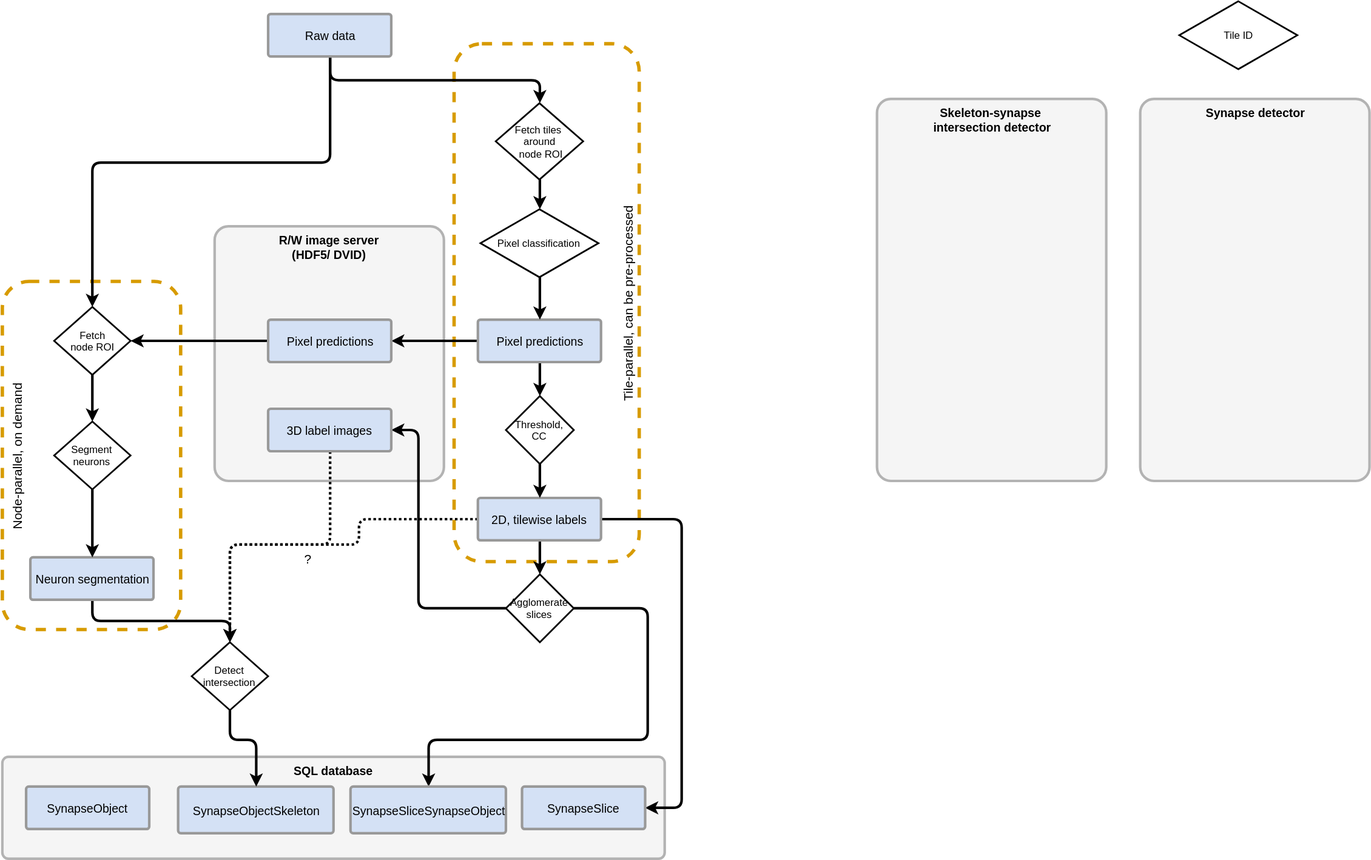
k-dominik/skeleton_synapses keeps this draw.io diagram as architecture/architecture_v2.svg. Above is the earlier version. Source tidied: cells renumbered, new cells last; positions are measured from the earlier drawing's top-left corner, leaving out a move shared by most shapes.
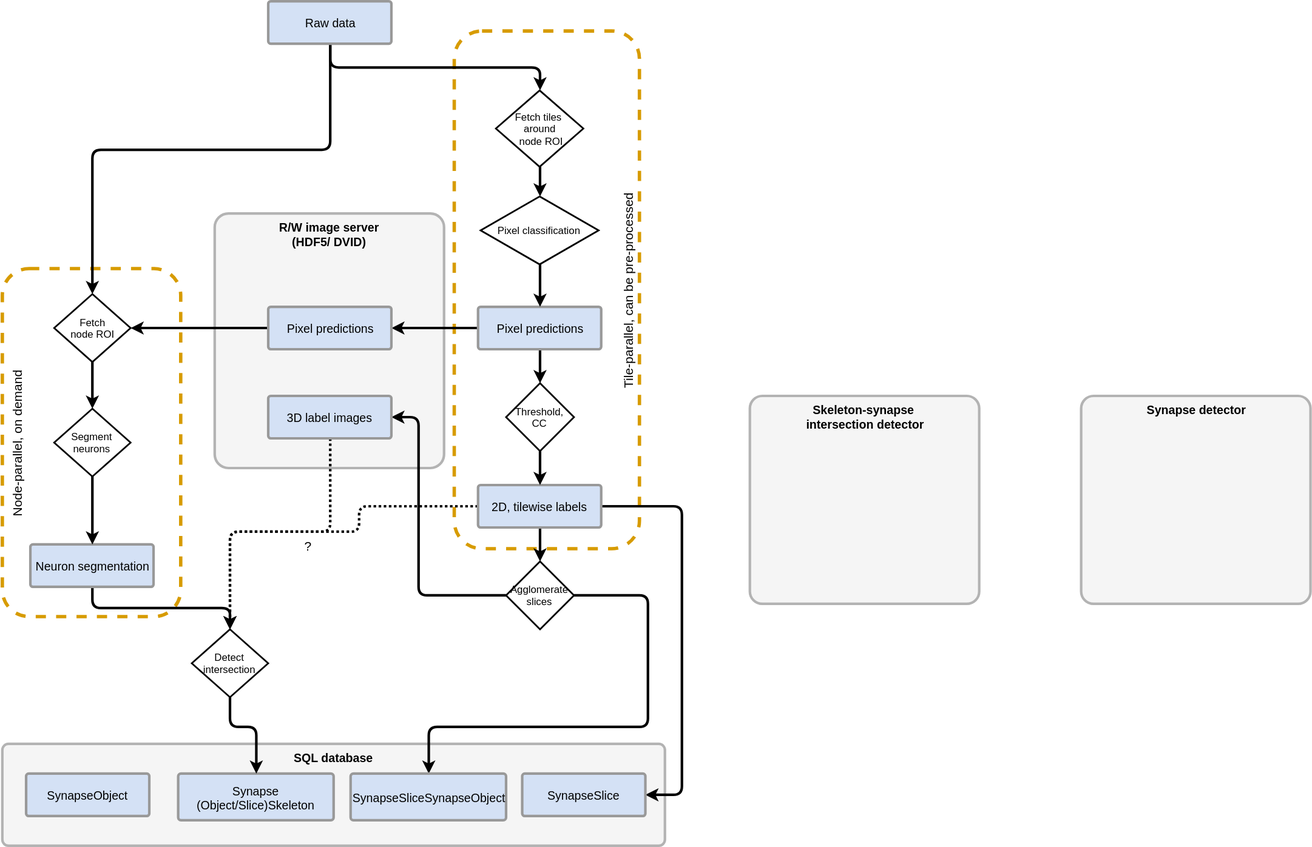
After the commit.

Change to the diagram source:
```diff
@@ -103,7 +103,7 @@
       <mxGeometry x="593" y="675" width="80" height="80" as="geometry" />
     </mxCell>
     <mxCell id="28" value="Synapse detector" style="strokeWidth=3;html=1;shape=mxgraph.flowchart.process;whiteSpace=wrap;fillColor=#F5F5F5;fontSize=14;strokeColor=#B3B3B3;fontStyle=1;labelPosition=center;verticalLabelPosition=middle;align=center;verticalAlign=top;" parent="1" vertex="1">
-      <mxGeometry x="1340" y="115" width="270" height="450" as="geometry" />
+      <mxGeometry x="1270" y="480" width="270" height="245" as="geometry" />
     </mxCell>
     <mxCell id="29" style="edgeStyle=orthogonalEdgeStyle;rounded=1;html=1;exitX=0.5;exitY=1;exitPerimeter=0;entryX=0.5;entryY=0;startArrow=none;startFill=0;jettySize=auto;strokeColor=#000000;strokeWidth=3;fontSize=12;" parent="1" edge="1" source="31" target="16">
       <mxGeometry relative="1" as="geometry" />
@@ -147,7 +147,7 @@
     <mxCell id="38" value="SynapseSliceSynapseObject" style="strokeWidth=3;html=1;shape=mxgraph.flowchart.process;whiteSpace=wrap;fillColor=#D4E1F5;fontSize=14;strokeColor=#999999;" parent="1" vertex="1">
       <mxGeometry x="410" y="925" width="183" height="55" as="geometry" />
     </mxCell>
-    <mxCell id="39" value="SynapseObjectSkeleton" style="strokeWidth=3;html=1;shape=mxgraph.flowchart.process;whiteSpace=wrap;fillColor=#D4E1F5;fontSize=14;strokeColor=#999999;" parent="1" vertex="1">
+    <mxCell id="39" value="Synapse&lt;div&gt;(Object/Slice)Skeleton&lt;/div&gt;" style="strokeWidth=3;html=1;shape=mxgraph.flowchart.process;whiteSpace=wrap;fillColor=#D4E1F5;fontSize=14;strokeColor=#999999;" parent="1" vertex="1">
       <mxGeometry x="207" y="925" width="183" height="55" as="geometry" />
     </mxCell>
     <mxCell id="40" style="edgeStyle=orthogonalEdgeStyle;rounded=1;html=1;exitX=0.5;exitY=1;entryX=0.5;entryY=0;entryPerimeter=0;startArrow=none;startFill=0;jettySize=auto;strokeColor=#000000;strokeWidth=3;fontSize=12;" parent="1" edge="1" source="41" target="39">
@@ -164,11 +164,8 @@
     <mxCell id="42" value="SynapseObject" style="strokeWidth=3;html=1;shape=mxgraph.flowchart.process;whiteSpace=wrap;fillColor=#D4E1F5;fontSize=14;strokeColor=#999999;" parent="1" vertex="1">
       <mxGeometry x="28" y="925" width="145" height="50" as="geometry" />
     </mxCell>
-    <mxCell id="43" value="Tile ID" style="rhombus;whiteSpace=wrap;html=1;labelBackgroundColor=none;strokeColor=#000000;strokeWidth=2;fillColor=none;fontSize=12;align=center;" parent="1" vertex="1">
-      <mxGeometry x="1386" width="139" height="80" as="geometry" />
-    </mxCell>
     <mxCell id="44" value="Skeleton-synapse&amp;nbsp;&lt;div&gt;intersection detector&lt;/div&gt;" style="strokeWidth=3;html=1;shape=mxgraph.flowchart.process;whiteSpace=wrap;fillColor=#F5F5F5;fontSize=14;strokeColor=#B3B3B3;fontStyle=1;labelPosition=center;verticalLabelPosition=middle;align=center;verticalAlign=top;" parent="1" vertex="1">
-      <mxGeometry x="1030" y="115" width="270" height="450" as="geometry" />
+      <mxGeometry x="880" y="480" width="270" height="245" as="geometry" />
     </mxCell>
   </root>
 </mxGraphModel>
```
